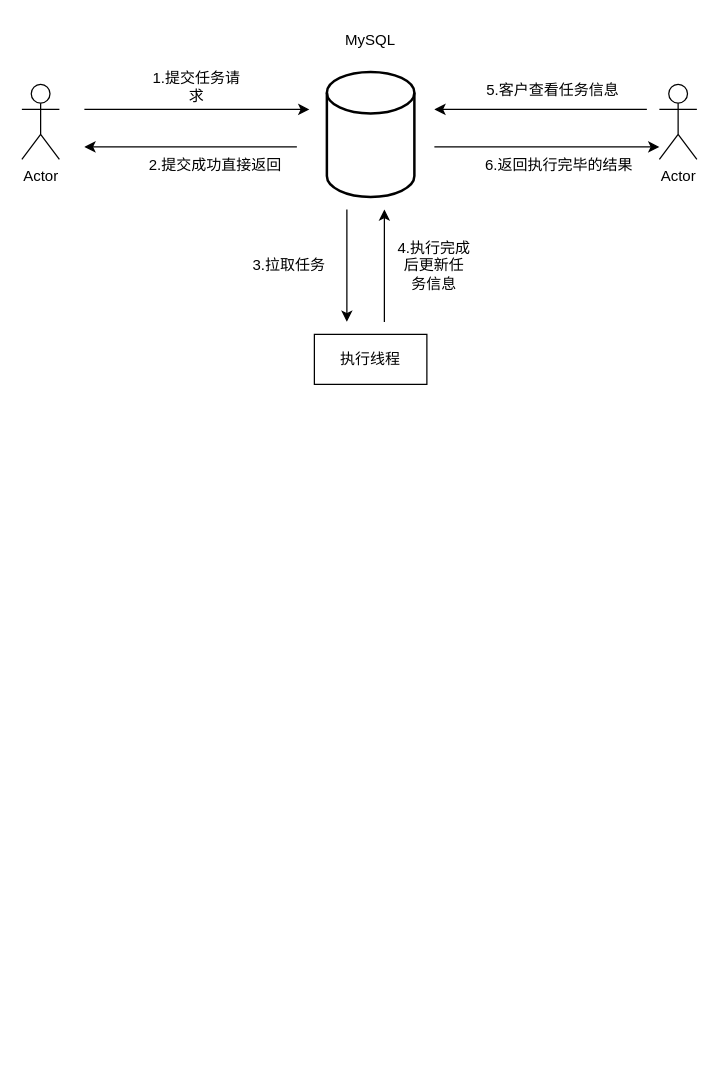
This is 异步任务处理.drawio from atmrrr/drawio2, a draw.io file, before an edit. Source tidied: cells renumbered, new cells numbered last; positions are measured from the earlier drawing's top-left corner, leaving out a move shared by most shapes. Both pictures are drawn from the tidied source at 125%, with x=0, y=0 at pixel (21, 21).
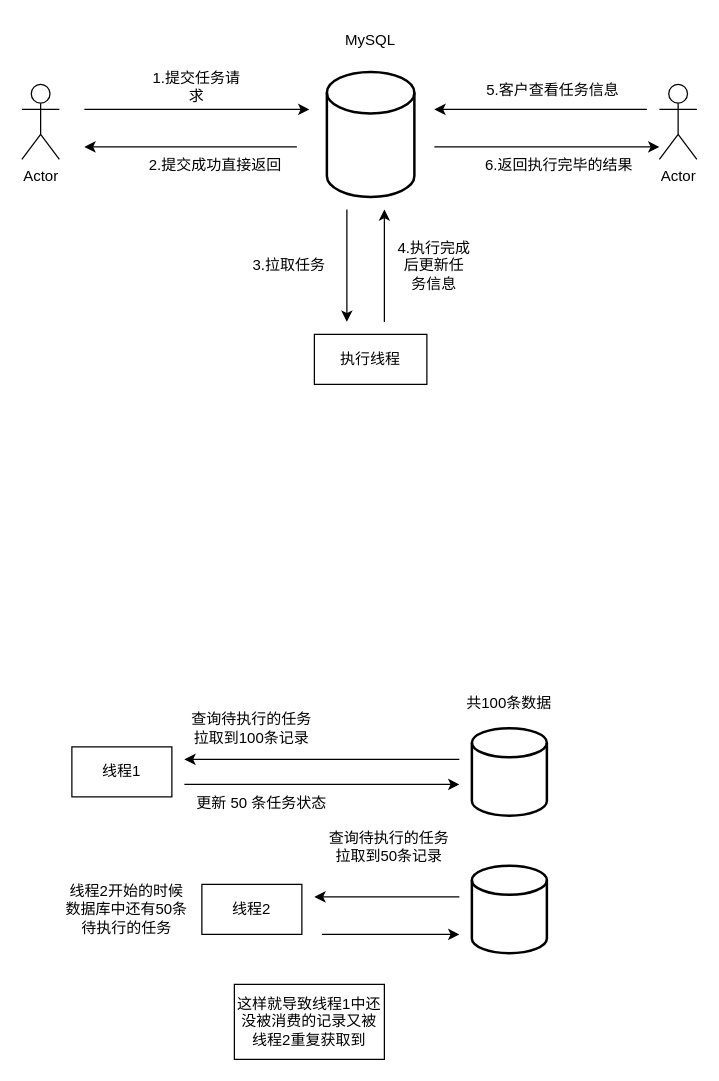
The same page after the edit.

Commit message:
更新异步任务处理.drawio

What changed in the source:
```diff
@@
+    <mxCell id="19" value="线程1" style="rounded=0;whiteSpace=wrap;html=1;" parent="1" vertex="1">
+      <mxGeometry x="40" y="580" width="80" height="40" as="geometry" />
+    </mxCell>
+    <mxCell id="20" style="strokeWidth=2;html=1;shape=mxgraph.flowchart.database;whiteSpace=wrap;" parent="1" vertex="1">
+      <mxGeometry x="360" y="565" width="60" height="70" as="geometry" />
+    </mxCell>
+    <mxCell id="21" value="线程2" style="rounded=0;whiteSpace=wrap;html=1;" parent="1" vertex="1">
+      <mxGeometry x="144" y="690" width="80" height="40" as="geometry" />
+    </mxCell>
+    <mxCell id="22" value="共100条数据" style="text;html=1;whiteSpace=wrap;strokeColor=none;fillColor=none;align=center;verticalAlign=middle;rounded=0;" parent="1" vertex="1">
+      <mxGeometry x="350" y="530" width="80" height="30" as="geometry" />
+    </mxCell>
+    <mxCell id="23" style="endArrow=classic;html=1;rounded=0;" parent="1" edge="1">
+      <mxGeometry relative="1" as="geometry">
+        <mxPoint x="130" y="610" as="sourcePoint" />
+        <mxPoint x="350" y="610" as="targetPoint" />
+      </mxGeometry>
+    </mxCell>
+    <mxCell id="24" value="&lt;div&gt;查询待执行的任务&lt;/div&gt;拉取到100条记录" style="text;html=1;whiteSpace=wrap;strokeColor=none;fillColor=none;align=center;verticalAlign=middle;rounded=0;" parent="1" vertex="1">
+      <mxGeometry x="134" y="550" width="100" height="30" as="geometry" />
+    </mxCell>
+    <mxCell id="25" style="endArrow=classic;html=1;rounded=0;" parent="1" edge="1">
+      <mxGeometry relative="1" as="geometry">
+        <mxPoint x="350" y="590" as="sourcePoint" />
+        <mxPoint x="130" y="590" as="targetPoint" />
+      </mxGeometry>
+    </mxCell>
+    <mxCell id="26" value="更新 50 条任务状态" style="text;html=1;whiteSpace=wrap;strokeColor=none;fillColor=none;align=center;verticalAlign=middle;rounded=0;" parent="1" vertex="1">
+      <mxGeometry x="134" y="610" width="116" height="30" as="geometry" />
+    </mxCell>
+    <mxCell id="27" style="strokeWidth=2;html=1;shape=mxgraph.flowchart.database;whiteSpace=wrap;" parent="1" vertex="1">
+      <mxGeometry x="360" y="675" width="60" height="70" as="geometry" />
+    </mxCell>
+    <mxCell id="28" style="endArrow=classic;html=1;rounded=0;" parent="1" edge="1">
+      <mxGeometry relative="1" as="geometry">
+        <mxPoint x="350" y="700" as="sourcePoint" />
+        <mxPoint x="234" y="700" as="targetPoint" />
+      </mxGeometry>
+    </mxCell>
+    <mxCell id="29" style="endArrow=classic;html=1;rounded=0;" parent="1" edge="1">
+      <mxGeometry relative="1" as="geometry">
+        <mxPoint x="240" y="730" as="sourcePoint" />
+        <mxPoint x="350" y="730" as="targetPoint" />
+      </mxGeometry>
+    </mxCell>
+    <mxCell id="30" value="&lt;div&gt;查询待执行的任务&lt;/div&gt;拉取到50条记录" style="text;html=1;whiteSpace=wrap;strokeColor=none;fillColor=none;align=center;verticalAlign=middle;rounded=0;" parent="1" vertex="1">
+      <mxGeometry x="244" y="645" width="100" height="30" as="geometry" />
+    </mxCell>
+    <mxCell id="31" value="线程2开始的时候数据库中还有50条待执行的任务" style="text;html=1;whiteSpace=wrap;strokeColor=none;fillColor=none;align=center;verticalAlign=middle;rounded=0;" parent="1" vertex="1">
+      <mxGeometry x="34" y="695" width="100" height="30" as="geometry" />
+    </mxCell>
+    <mxCell id="32" value="这样就导致线程1中还没被消费的记录又被线程2重复获取到" style="whiteSpace=wrap;html=1;" parent="1" vertex="1">
+      <mxGeometry x="170" y="770" width="120" height="60" as="geometry" />
+    </mxCell>
```
